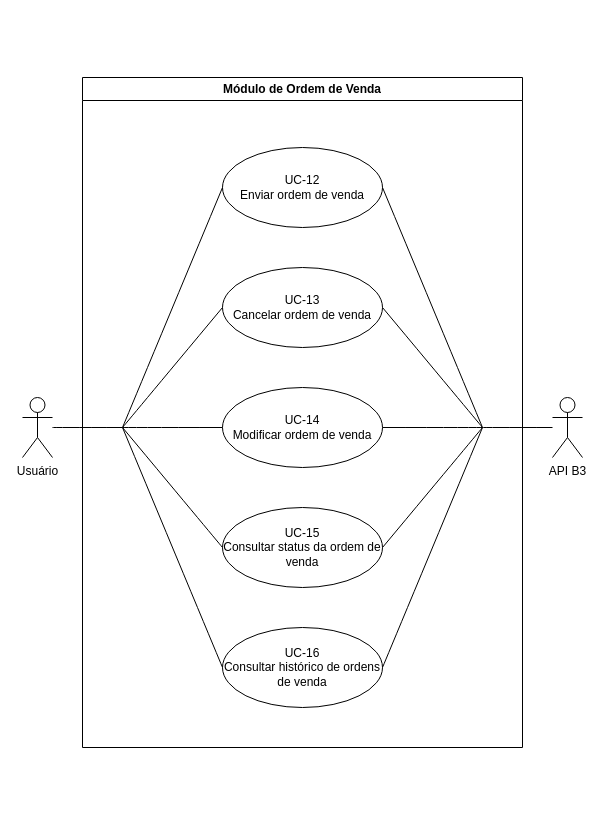
Earlier version of the draw.io diagram diagramas_casos_de_uso/uc_ordem_venda.drawio (gb-cs-rt/home_broker). Source tidied: cells renumbered, new cells numbered last; positions are measured from the earlier drawing's top-left corner, leaving out a move shared by most shapes. Both pictures are drawn from the tidied source at 100%, with x=0, y=0 at pixel (22, 77).
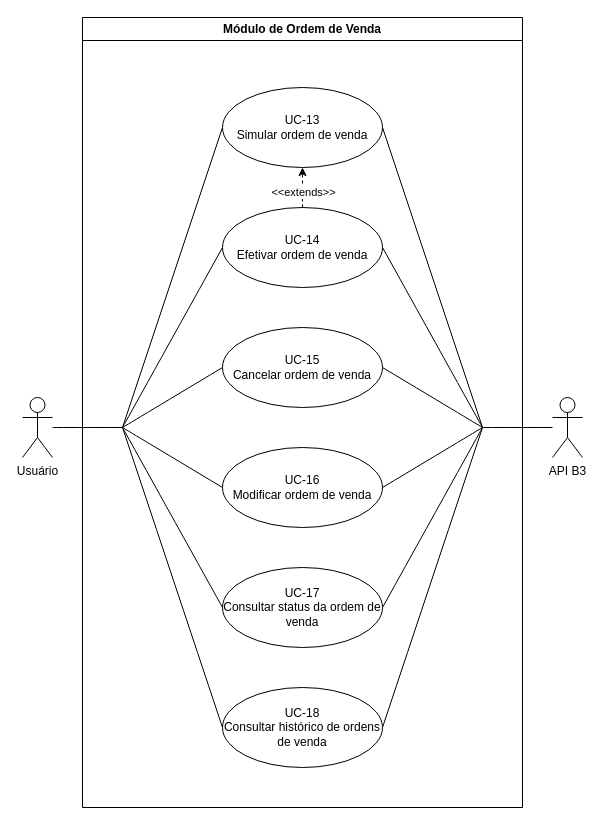
The same diagram, later.

Change to the diagram source:
```diff
@@
     <mxCell id="2" value="Módulo de Ordem de Venda" style="swimlane;whiteSpace=wrap;html=1;" parent="1" vertex="1">
-      <mxGeometry x="60" width="440" height="670" as="geometry" />
+      <mxGeometry x="60" y="-60" width="440" height="790" as="geometry" />
     </mxCell>
-    <mxCell id="3" value="UC-13&lt;div&gt;Cancelar ordem de venda&lt;/div&gt;" style="ellipse;whiteSpace=wrap;html=1;" parent="2" vertex="1">
-      <mxGeometry x="140" y="190" width="160" height="80" as="geometry" />
+    <mxCell id="3" value="UC-15&lt;div&gt;Cancelar ordem de venda&lt;/div&gt;" style="ellipse;whiteSpace=wrap;html=1;" parent="2" vertex="1">
+      <mxGeometry x="140" y="310" width="160" height="80" as="geometry" />
     </mxCell>
-    <mxCell id="4" value="UC-14&lt;div&gt;Modificar ordem de venda&lt;/div&gt;" style="ellipse;whiteSpace=wrap;html=1;" parent="2" vertex="1">
-      <mxGeometry x="140" y="310" width="160" height="80" as="geometry" />
+    <mxCell id="4" value="UC-16&lt;div&gt;Modificar ordem de venda&lt;/div&gt;" style="ellipse;whiteSpace=wrap;html=1;" parent="2" vertex="1">
+      <mxGeometry x="140" y="430" width="160" height="80" as="geometry" />
     </mxCell>
-    <mxCell id="5" value="UC-15&lt;div&gt;Consultar status da ordem de venda&lt;/div&gt;" style="ellipse;whiteSpace=wrap;html=1;" parent="2" vertex="1">
-      <mxGeometry x="140" y="430" width="160" height="80" as="geometry" />
+    <mxCell id="5" value="UC-17&lt;div&gt;Consultar status da ordem de venda&lt;/div&gt;" style="ellipse;whiteSpace=wrap;html=1;" parent="2" vertex="1">
+      <mxGeometry x="140" y="550" width="160" height="80" as="geometry" />
     </mxCell>
-    <mxCell id="6" value="UC-16&lt;div&gt;Consultar histórico de ordens de venda&lt;/div&gt;" style="ellipse;whiteSpace=wrap;html=1;" parent="2" vertex="1">
-      <mxGeometry x="140" y="550" width="160" height="80" as="geometry" />
+    <mxCell id="6" value="UC-18&lt;div&gt;Consultar histórico de ordens de venda&lt;/div&gt;" style="ellipse;whiteSpace=wrap;html=1;" parent="2" vertex="1">
+      <mxGeometry x="140" y="670" width="160" height="80" as="geometry" />
     </mxCell>
+    <mxCell id="22" style="edgeStyle=orthogonalEdgeStyle;rounded=0;jettySize=auto;html=1;exitX=0.5;exitY=0;exitDx=0;exitDy=0;entryX=0.5;entryY=1;entryDx=0;entryDy=0;strokeColor=default;dashed=1;" parent="2" edge="1" source="7" target="24">
+      <mxGeometry relative="1" as="geometry" />
+    </mxCell>
+    <mxCell id="23" value="&amp;lt;&amp;lt;extends&amp;gt;&amp;gt;" style="edgeLabel;html=1;align=center;verticalAlign=middle;" parent="22" vertex="1">
+      <mxGeometry x="-0.18" relative="1" as="geometry" />
+    </mxCell>
-    <mxCell id="7" value="UC-12&lt;div&gt;Enviar ordem de venda&lt;/div&gt;" style="ellipse;whiteSpace=wrap;html=1;" parent="2" vertex="1">
-      <mxGeometry x="140" y="70" width="160" height="80" as="geometry" />
+    <mxCell id="7" value="UC-14&lt;div&gt;Efetivar ordem de venda&lt;/div&gt;" style="ellipse;whiteSpace=wrap;html=1;" parent="2" vertex="1">
+      <mxGeometry x="140" y="190" width="160" height="80" as="geometry" />
     </mxCell>
+    <mxCell id="24" value="UC-13&lt;div&gt;Simular ordem de venda&lt;/div&gt;" style="ellipse;whiteSpace=wrap;html=1;" parent="2" vertex="1">
+      <mxGeometry x="140" y="70" width="160" height="80" as="geometry" />
+    </mxCell>
@@
+    <mxCell id="25" style="endArrow=none;html=1;rounded=0;entryX=0;entryY=0.5;entryDx=0;entryDy=0;" parent="1" edge="1" target="24">
+      <mxGeometry relative="1" as="geometry">
+        <mxPoint x="100" y="350" as="sourcePoint" />
+      </mxGeometry>
+    </mxCell>
+    <mxCell id="26" style="endArrow=none;html=1;rounded=0;entryX=1;entryY=0.5;entryDx=0;entryDy=0;" parent="1" edge="1" target="24">
+      <mxGeometry relative="1" as="geometry">
+        <mxPoint x="460" y="350" as="sourcePoint" />
+      </mxGeometry>
+    </mxCell>
```
